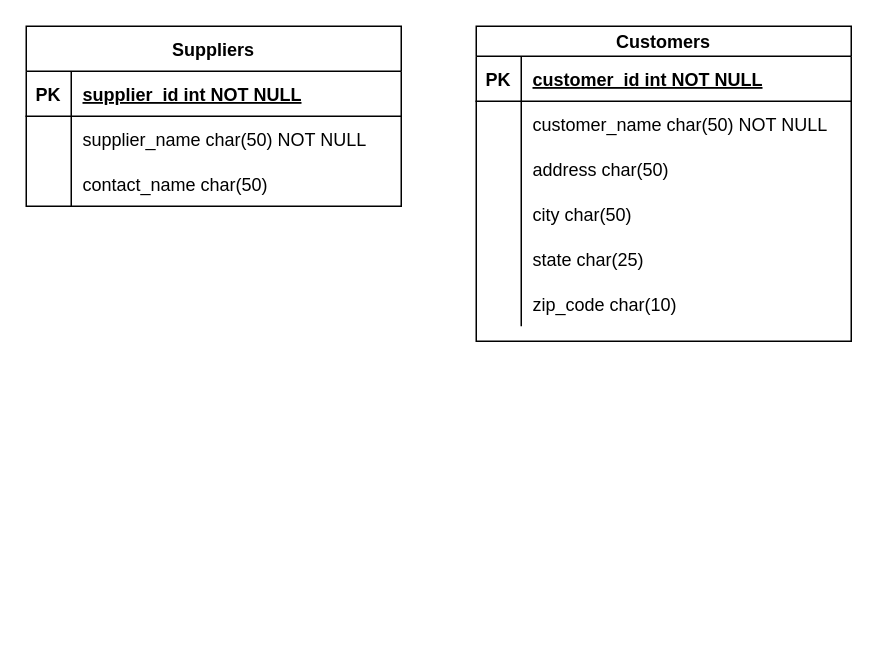
Before: qindian/测试1.drawio in Tangweiwei227/draw, a draw.io diagram. Source tidied: cells renumbered, new cells numbered last; positions are measured from the earlier drawing's top-left corner, leaving out a move shared by most shapes. Both pictures are drawn from the tidied source at 150%, with x=0, y=0 at pixel (26, 26).
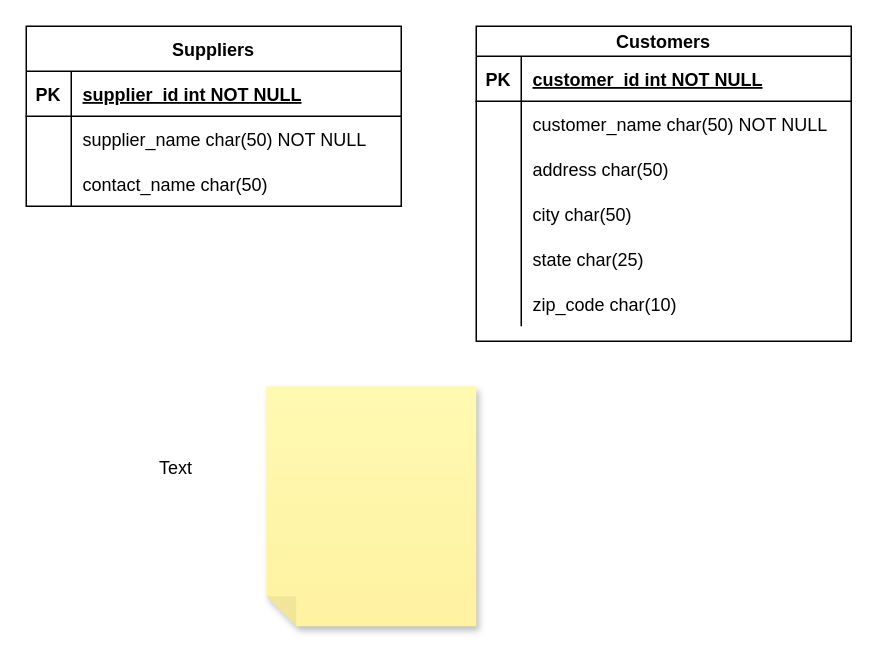
The same page after the edit.

Change to the diagram source:
```diff
@@
+    <mxCell id="32" value="Text" style="text;strokeColor=none;align=center;fillColor=none;html=1;verticalAlign=middle;whiteSpace=wrap;rounded=0;" parent="1" vertex="1">
+      <mxGeometry x="70" y="280" width="60" height="30" as="geometry" />
+    </mxCell>
+    <mxCell id="33" style="shape=note;whiteSpace=wrap;html=1;backgroundOutline=1;fontColor=#000000;darkOpacity=0.05;fillColor=#FFF9B2;strokeColor=none;fillStyle=solid;direction=west;gradientDirection=north;gradientColor=#FFF2A1;shadow=1;size=20;" parent="1" vertex="1">
+      <mxGeometry x="160" y="240" width="140" height="160" as="geometry" />
+    </mxCell>
```
